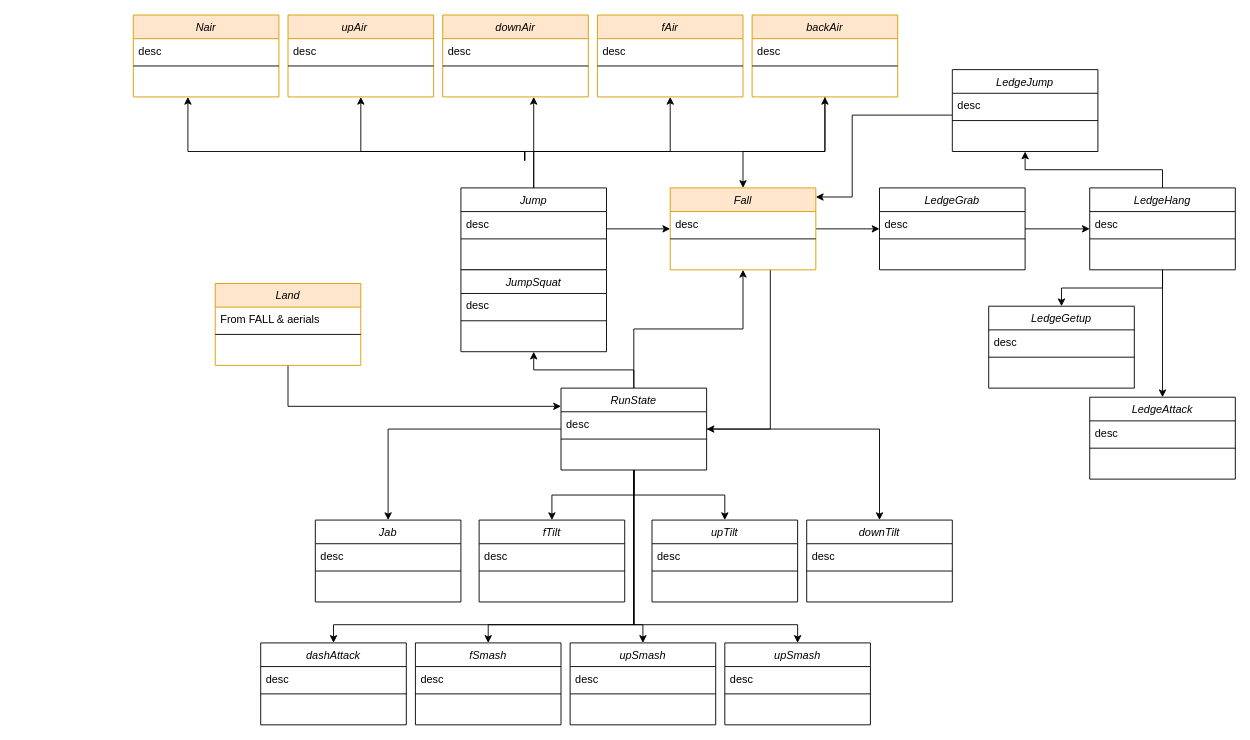
Above: Untitled Diagram.drawio in Randreshdez0/Smash-Mutuals (draw.io), before the change. Source tidied: cells renumbered, new cells numbered last; positions are measured from the earlier drawing's top-left corner, leaving out a move shared by most shapes. Both pictures are drawn from the tidied source at 91%, with x=0, y=0 at pixel (133, 15).
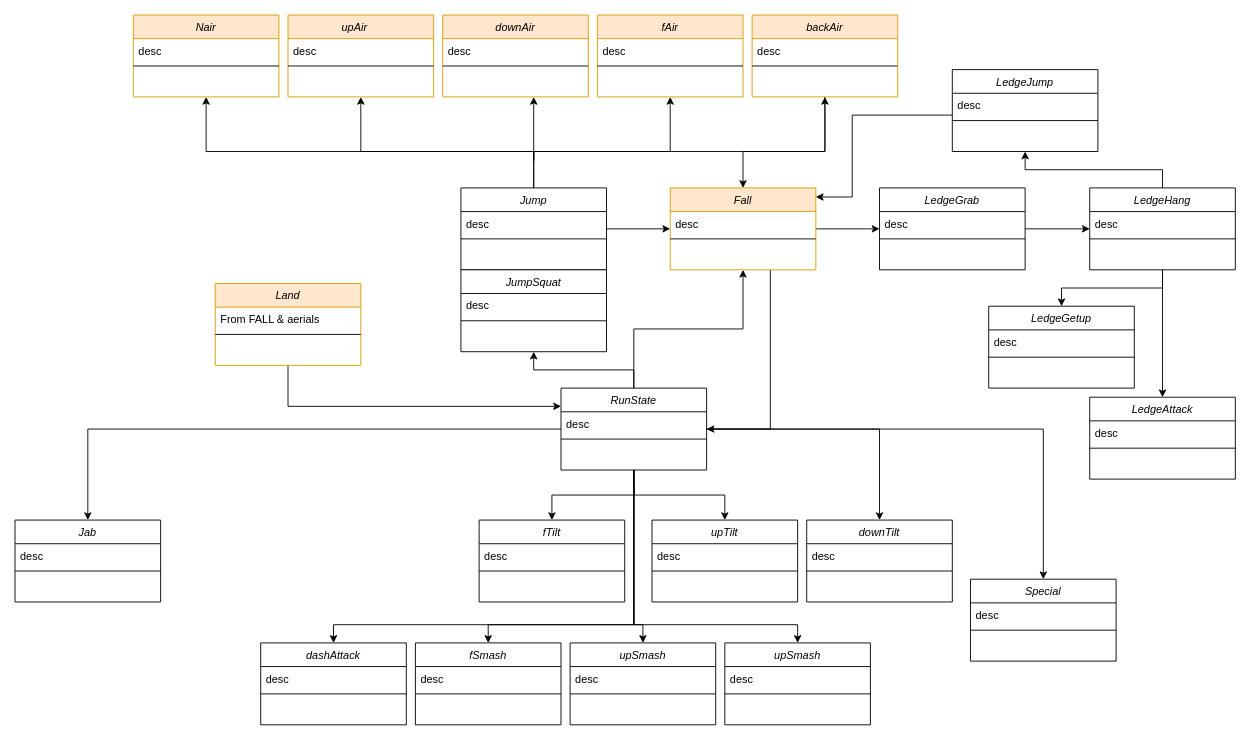
After the change.

Unchanged cells that the change refers to:
```xml
<mxCell id="12" value="RunState" style="swimlane;fontStyle=2;align=center;verticalAlign=top;horizontal=1;startSize=26;rounded=0;shadow=0;strokeWidth=1;" parent="1" vertex="1">
  <mxGeometry x="470" y="410" width="160" height="90" as="geometry" />
</mxCell>
<mxCell id="58" value="Nair" style="swimlane;fontStyle=2;align=center;verticalAlign=top;horizontal=1;startSize=26;rounded=0;shadow=0;strokeWidth=1;fillColor=#ffe6cc;strokeColor=#d79b00;" parent="1" vertex="1">
  <mxGeometry width="160" height="90" as="geometry" />
</mxCell>
<mxCell id="61" value="upAir    " style="swimlane;fontStyle=2;align=center;verticalAlign=top;horizontal=1;startSize=26;rounded=0;shadow=0;strokeWidth=1;fillColor=#ffe6cc;strokeColor=#d79b00;" parent="1" vertex="1">
  <mxGeometry x="170" width="160" height="90" as="geometry" />
</mxCell>
<mxCell id="67" value="fAir" style="swimlane;fontStyle=2;align=center;verticalAlign=top;horizontal=1;startSize=26;rounded=0;shadow=0;strokeWidth=1;fillColor=#ffe6cc;strokeColor=#d79b00;" parent="1" vertex="1">
  <mxGeometry x="510" width="160" height="90" as="geometry" />
</mxCell>
```

Change to the diagram source:
```diff
@@
+    <mxCell id="96" style="edgeStyle=orthogonalEdgeStyle;rounded=0;jettySize=auto;html=1;" parent="1" edge="1" source="12" target="97">
+      <mxGeometry relative="1" as="geometry" />
+    </mxCell>
@@
     <mxCell id="26" style="edgeStyle=orthogonalEdgeStyle;rounded=0;jettySize=auto;html=1;" parent="1" edge="1" target="58">
       <mxGeometry relative="1" as="geometry">
-        <mxPoint x="430.1" y="160" as="sourcePoint" />
+        <mxPoint x="440" y="150" as="sourcePoint" />
         <Array as="points">
           <mxPoint x="430" y="150" />
           <mxPoint x="60" y="150" />
         </Array>
       </mxGeometry>
     </mxCell>
     <mxCell id="27" style="edgeStyle=orthogonalEdgeStyle;rounded=0;jettySize=auto;html=1;" parent="1" edge="1" target="61">
       <mxGeometry relative="1" as="geometry">
-        <mxPoint x="430.1" y="160" as="sourcePoint" />
+        <mxPoint x="440" y="160" as="sourcePoint" />
         <Array as="points">
-          <mxPoint x="430" y="150" />
+          <mxPoint x="440" y="150" />
           <mxPoint x="250" y="150" />
         </Array>
       </mxGeometry>
     </mxCell>
     <mxCell id="28" style="edgeStyle=orthogonalEdgeStyle;rounded=0;jettySize=auto;html=1;" parent="1" edge="1" target="67">
       <mxGeometry relative="1" as="geometry">
-        <mxPoint x="430.1" y="160" as="sourcePoint" />
+        <mxPoint x="440" y="160" as="sourcePoint" />
         <Array as="points">
-          <mxPoint x="430" y="150" />
+          <mxPoint x="440" y="150" />
           <mxPoint x="590" y="150" />
         </Array>
       </mxGeometry>
     </mxCell>
@@
     <mxCell id="34" value="Jab" style="swimlane;fontStyle=2;align=center;verticalAlign=top;horizontal=1;startSize=26;rounded=0;shadow=0;strokeWidth=1;" parent="1" vertex="1">
-      <mxGeometry x="200" y="555" width="160" height="90" as="geometry" />
+      <mxGeometry x="-130" y="555" width="160" height="90" as="geometry" />
     </mxCell>
@@
+    <mxCell id="97" value="Special" style="swimlane;fontStyle=2;align=center;verticalAlign=top;horizontal=1;startSize=26;rounded=0;shadow=0;strokeWidth=1;" parent="1" vertex="1">
+      <mxGeometry x="920" y="620" width="160" height="90" as="geometry" />
+    </mxCell>
+    <mxCell id="98" value="desc" style="text;align=left;verticalAlign=top;spacingLeft=4;spacingRight=4;overflow=hidden;" parent="97" vertex="1">
+      <mxGeometry y="26" width="160" height="26" as="geometry" />
+    </mxCell>
+    <mxCell id="99" style="line;html=1;strokeWidth=1;align=left;verticalAlign=middle;spacingTop=-1;spacingLeft=3;spacingRight=3;labelPosition=right;" parent="97" vertex="1">
+      <mxGeometry y="52" width="160" height="8" as="geometry" />
+    </mxCell>
```
